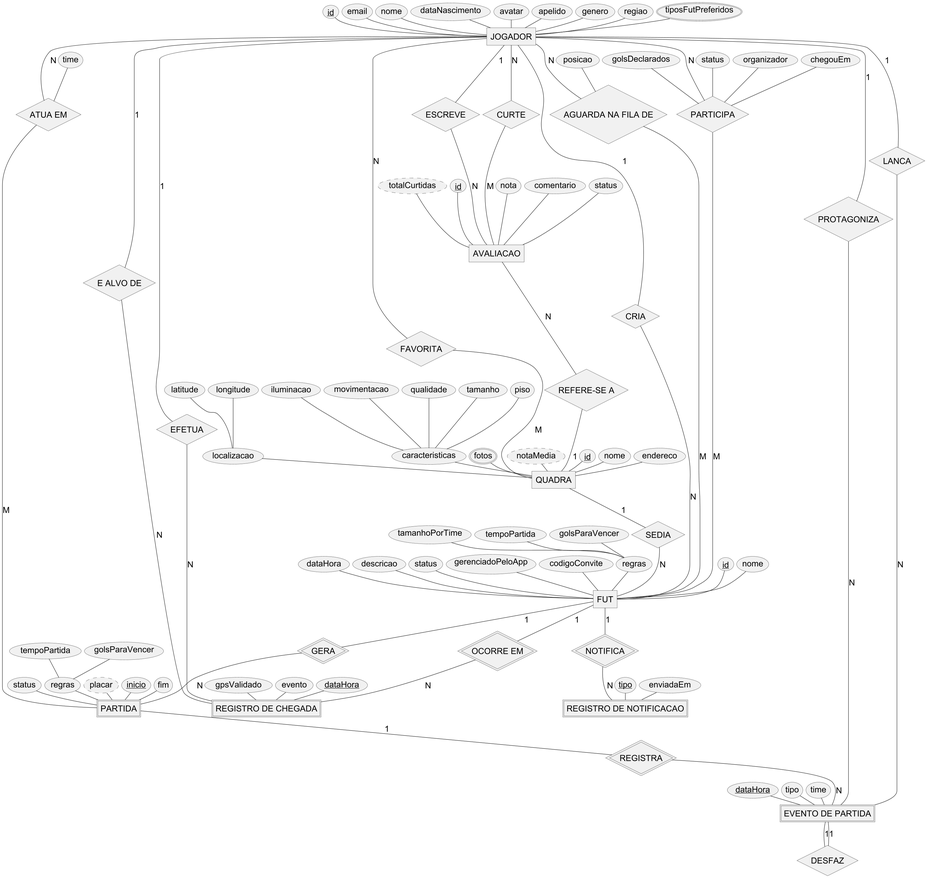
This is latex/figuras/diagramas-src/render/mer-conceitual.png from EhOMiguel/borafut-app-tcc, a PlantUML export, as it was before one commit.
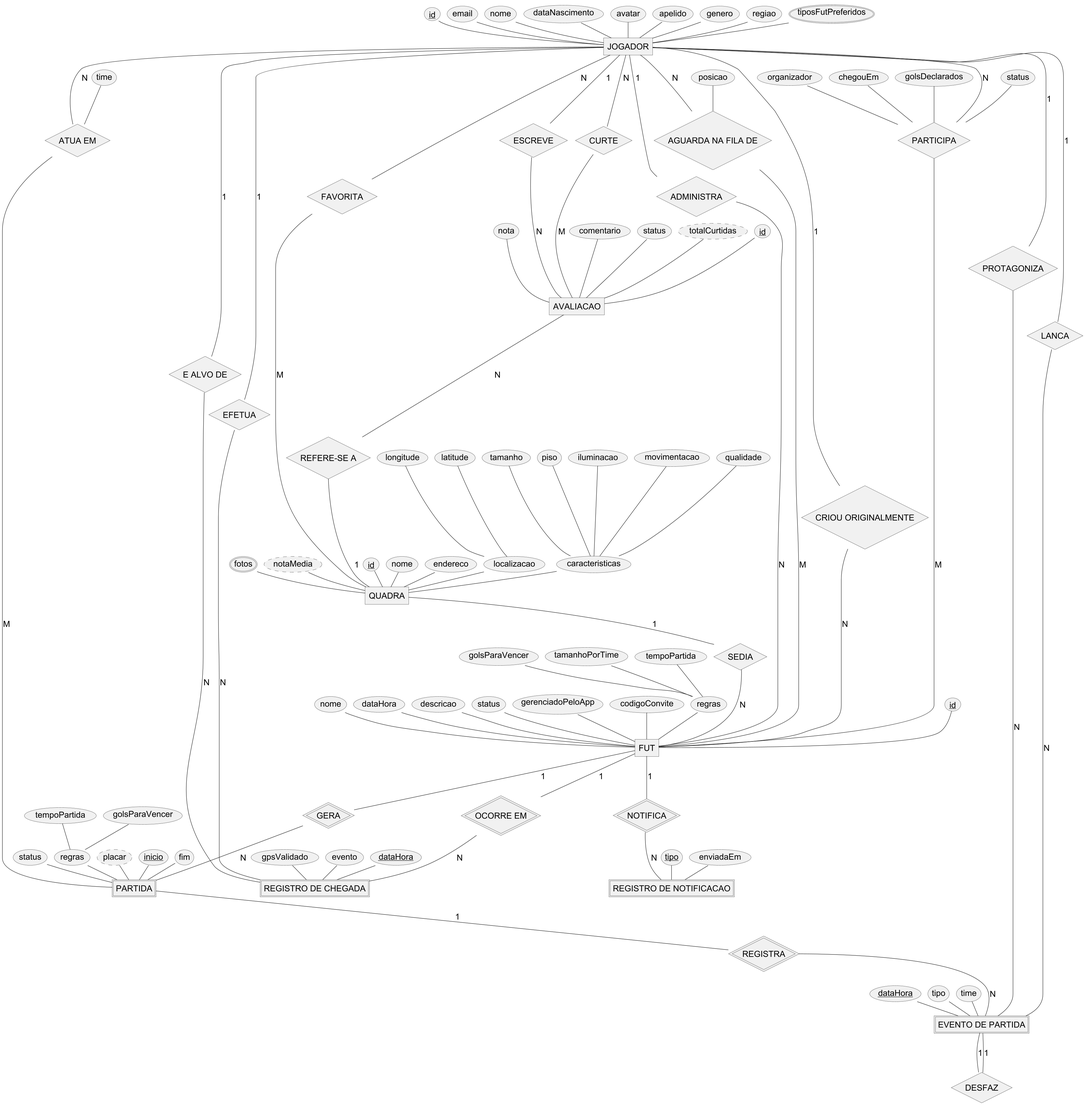
After the change.

Change to the diagram source:
```diff
@@ -1,4 +1,5 @@
 @startchen
+!pragma layout smetana
 
 skinparam dpi 130
 skinparam defaultFontName Arial
@@ -88,7 +89,9 @@
   totalCurtidas <<derived>>
 }
 
-relationship CRIA {
+relationship ADMINISTRA {
+}
+relationship "CRIOU ORIGINALMENTE" as ORIGINA {
 }
 relationship SEDIA {
 }
@@ -131,8 +134,10 @@
 relationship FAVORITA {
 }
 
-JOGADOR -1- CRIA
-CRIA -N- FUT
+JOGADOR -1- ADMINISTRA
+ADMINISTRA -N- FUT
+JOGADOR -1- ORIGINA
+ORIGINA -N- FUT
 QUADRA -1- SEDIA
 SEDIA -N- FUT
 JOGADOR -N- PARTICIPA
```
